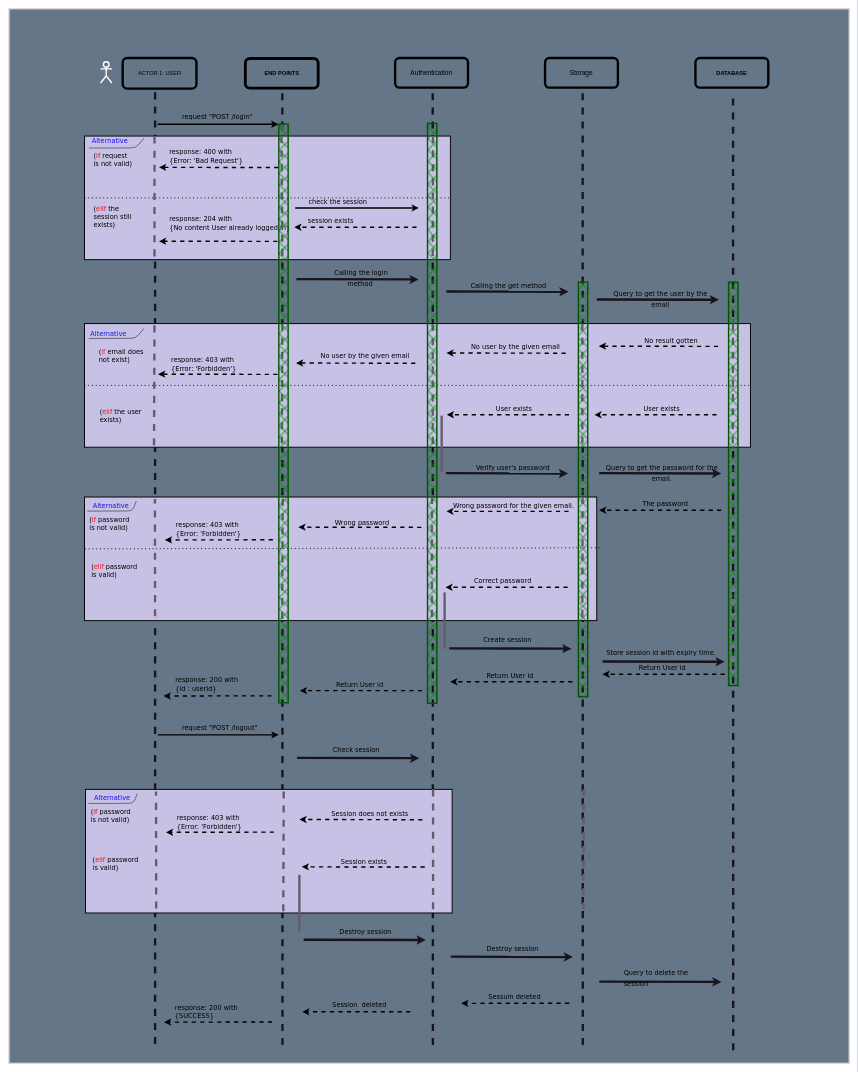
Above: UML/sequence_diagram/login_diagram.dio in Kolapo-code/Booker (draw.io), before the change. Source tidied: cells renumbered, new cells numbered last; positions are measured from the earlier drawing's top-left corner, leaving out a move shared by most shapes. Both pictures are drawn from the tidied source at 47%, with x=0, y=0 at pixel (-6, 8).
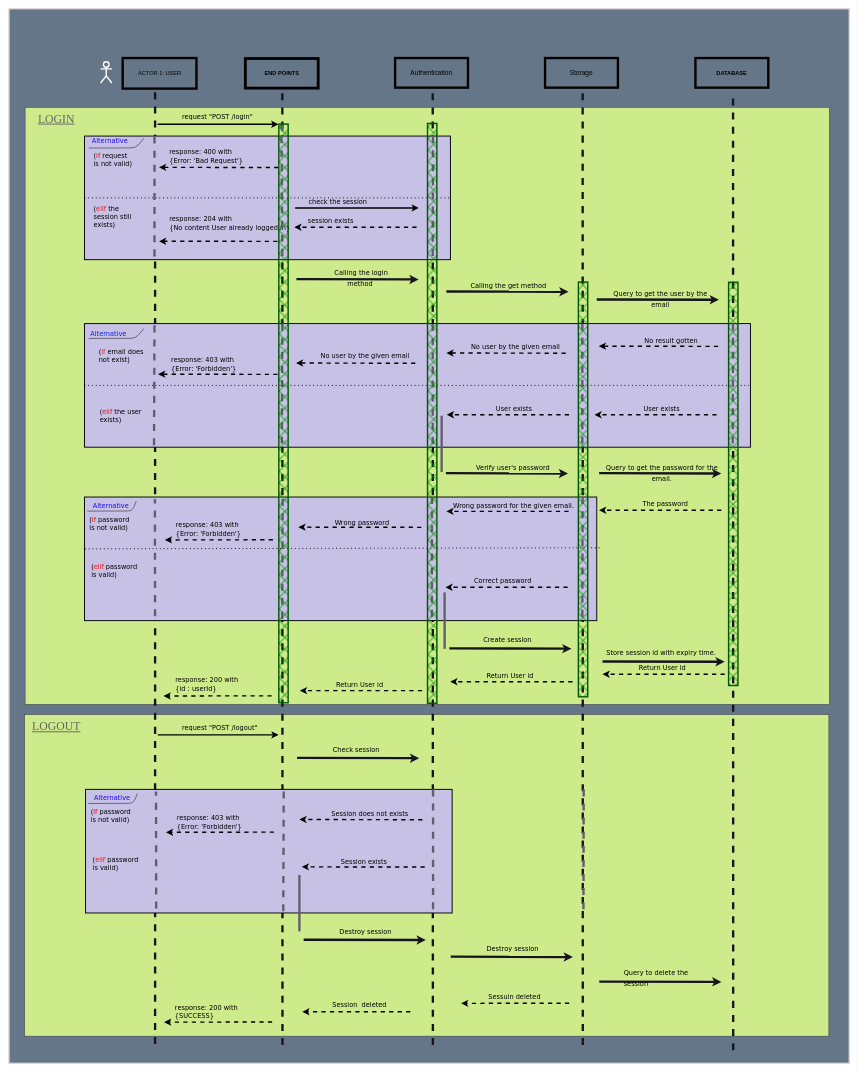
After the change.

Commit message (it also covers changes not shown here):
Committing login and logout sequence diagrams.

What changed in the source:
```diff
@@
+    <mxCell id="137" style="rounded=0;whiteSpace=wrap;html=1;fillColor=#cdeb8b;strokeColor=#36393d;" parent="1" vertex="1">
+      <mxGeometry x="66" y="210" width="1711" height="1270" as="geometry" />
+    </mxCell>
+    <mxCell id="138" style="rounded=0;whiteSpace=wrap;html=1;fillColor=#cdeb8b;strokeColor=#36393d;" parent="1" vertex="1">
+      <mxGeometry x="65" y="1502" width="1711" height="684" as="geometry" />
+    </mxCell>
@@
-    <mxCell id="4" value="ACTOR 1: USER" style="rounded=1;whiteSpace=wrap;html=1;fillColor=none;strokeWidth=5;" parent="1" vertex="1">
+    <mxCell id="4" value="ACTOR 1: USER" style="rounded=0;whiteSpace=wrap;html=1;fillColor=none;strokeWidth=5;" parent="1" vertex="1">
       <mxGeometry x="273.5" y="105" width="157" height="65" as="geometry" />
     </mxCell>
-    <mxCell id="5" value="&lt;b&gt;END POINTS&lt;/b&gt;" style="rounded=1;whiteSpace=wrap;html=1;fillColor=none;strokeWidth=6;" parent="1" vertex="1">
+    <mxCell id="5" value="&lt;b&gt;END POINTS&lt;/b&gt;" style="rounded=0;whiteSpace=wrap;html=1;fillColor=none;strokeWidth=6;" parent="1" vertex="1">
       <mxGeometry x="534.5" y="106" width="155" height="63" as="geometry" />
     </mxCell>
-    <mxCell id="6" value="&lt;font style=&quot;font-size: 14px;&quot;&gt;Authentication&lt;/font&gt;" style="rounded=1;whiteSpace=wrap;html=1;fillColor=none;strokeWidth=5;" parent="1" vertex="1">
+    <mxCell id="6" value="&lt;font style=&quot;font-size: 14px;&quot;&gt;Authentication&lt;/font&gt;" style="rounded=0;whiteSpace=wrap;html=1;fillColor=none;strokeWidth=5;" parent="1" vertex="1">
       <mxGeometry x="853.2" y="105" width="155" height="63" as="geometry" />
     </mxCell>
-    <mxCell id="7" value="&lt;font style=&quot;font-size: 14px;&quot;&gt;Storage&lt;/font&gt;" style="rounded=1;whiteSpace=wrap;html=1;fillColor=none;strokeWidth=5;" parent="1" vertex="1">
+    <mxCell id="7" value="&lt;font style=&quot;font-size: 14px;&quot;&gt;Storage&lt;/font&gt;" style="rounded=0;whiteSpace=wrap;html=1;fillColor=none;strokeWidth=5;" parent="1" vertex="1">
       <mxGeometry x="1172.2" y="105" width="155" height="63" as="geometry" />
     </mxCell>
-    <mxCell id="8" value="&lt;b&gt;DATABASE&lt;/b&gt;" style="rounded=1;whiteSpace=wrap;html=1;fillColor=none;strokeWidth=5;" parent="1" vertex="1">
+    <mxCell id="8" value="&lt;b&gt;DATABASE&lt;/b&gt;" style="rounded=0;whiteSpace=wrap;html=1;fillColor=none;strokeWidth=5;" parent="1" vertex="1">
       <mxGeometry x="1492.2" y="105" width="155" height="63" as="geometry" />
     </mxCell>
@@
+    <mxCell id="139" value="&lt;font size=&quot;1&quot; face=&quot;Times New Roman&quot; style=&quot;&quot; color=&quot;#666666&quot;&gt;&lt;u style=&quot;font-size: 25px;&quot;&gt;LOGOUT&lt;/u&gt;&lt;/font&gt;" style="text;html=1;align=center;verticalAlign=middle;strokeColor=none;fillColor=none;" parent="1" vertex="1">
+      <mxGeometry x="71" y="1506" width="121" height="42" as="geometry" />
+    </mxCell>
+    <mxCell id="140" value="&lt;font size=&quot;1&quot; face=&quot;Times New Roman&quot; style=&quot;&quot; color=&quot;#666666&quot;&gt;&lt;u style=&quot;font-size: 25px;&quot;&gt;LOGIN&lt;/u&gt;&lt;/font&gt;" style="text;html=1;align=center;verticalAlign=middle;strokeColor=none;fillColor=none;" parent="1" vertex="1">
+      <mxGeometry x="84" y="213" width="96" height="42" as="geometry" />
+    </mxCell>
```
